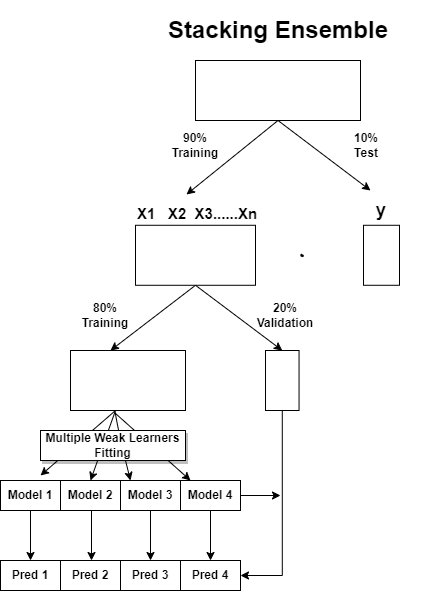
Before: Working of Manual Stacking Ensemble.drawio.png, a diagram exported from draw.io (PBPatil/Stacking_ensemble). Source tidied: cells renumbered, new cells last; positions are measured from the earlier drawing's top-left corner, leaving out a move shared by most shapes.
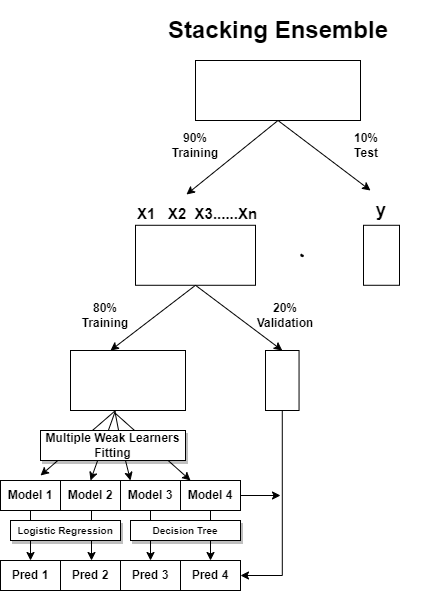
The same file after the commit.

Change to the diagram source:
```diff
@@ -132,5 +132,11 @@
     <mxCell id="37" value="&lt;b&gt;&lt;font style=&quot;font-size: 12px;&quot;&gt;Multiple Weak Learners Fitting&lt;/font&gt;&lt;/b&gt;" style="text;strokeColor=default;align=center;fillColor=default;html=1;verticalAlign=middle;whiteSpace=wrap;rounded=0;shadow=1;" parent="1" vertex="1">
       <mxGeometry x="40" y="410" width="145" height="30" as="geometry" />
     </mxCell>
+    <mxCell id="38" value="&lt;b&gt;&lt;font style=&quot;font-size: 10px;&quot;&gt;Logistic Regression&lt;/font&gt;&lt;/b&gt;" style="text;strokeColor=default;align=center;fillColor=default;html=1;verticalAlign=middle;whiteSpace=wrap;rounded=0;shadow=1;" parent="1" vertex="1">
+      <mxGeometry x="10" y="500" width="110" height="20" as="geometry" />
+    </mxCell>
+    <mxCell id="39" value="&lt;b&gt;&lt;font style=&quot;font-size: 10px;&quot;&gt;Decision Tree&lt;/font&gt;&lt;/b&gt;" style="text;strokeColor=default;align=center;fillColor=default;html=1;verticalAlign=middle;whiteSpace=wrap;rounded=0;shadow=1;" parent="1" vertex="1">
+      <mxGeometry x="130" y="500" width="110" height="20" as="geometry" />
+    </mxCell>
   </root>
 </mxGraphModel>
```
